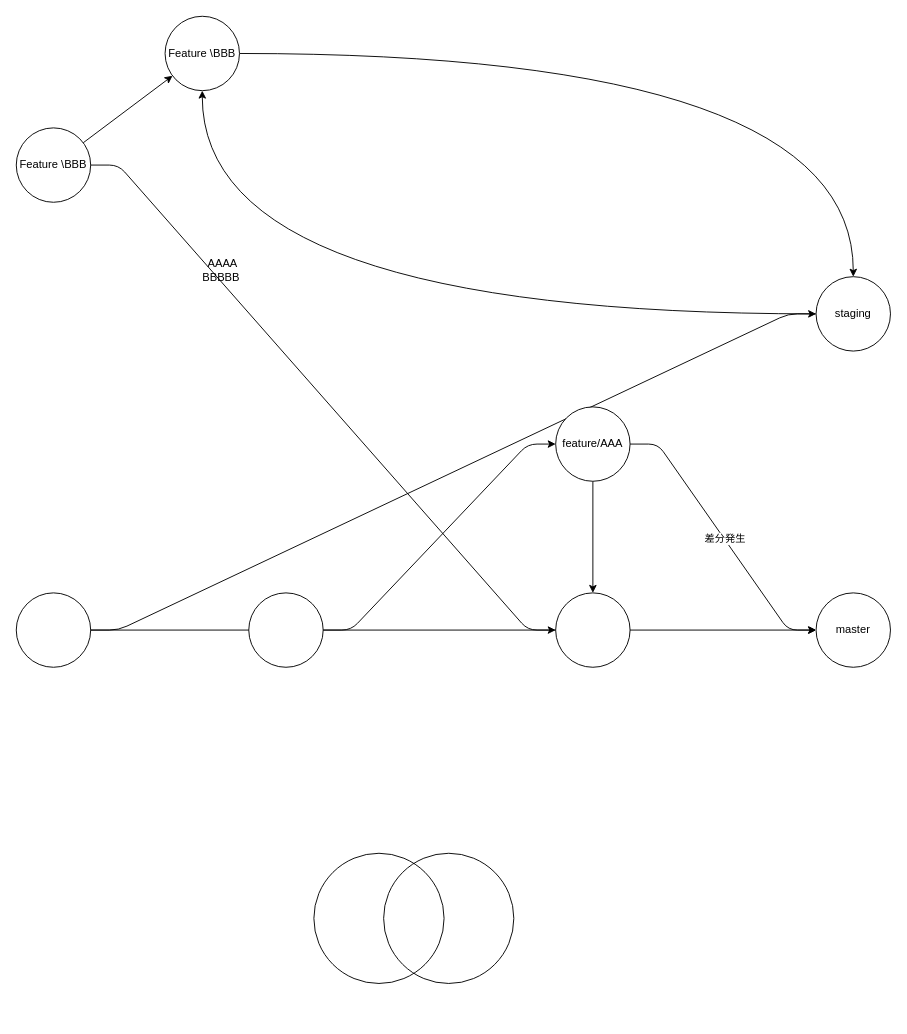
Earlier version of the draw.io diagram 01.運用関連/img/Git運用概要.drawio (takemitsu255/ux-docs). Source tidied: cells renumbered, new cells numbered last; positions are measured from the earlier drawing's top-left corner, leaving out a move shared by most shapes. Both pictures are drawn from the tidied source at 93%, with x=0, y=0 at pixel (16, 16).
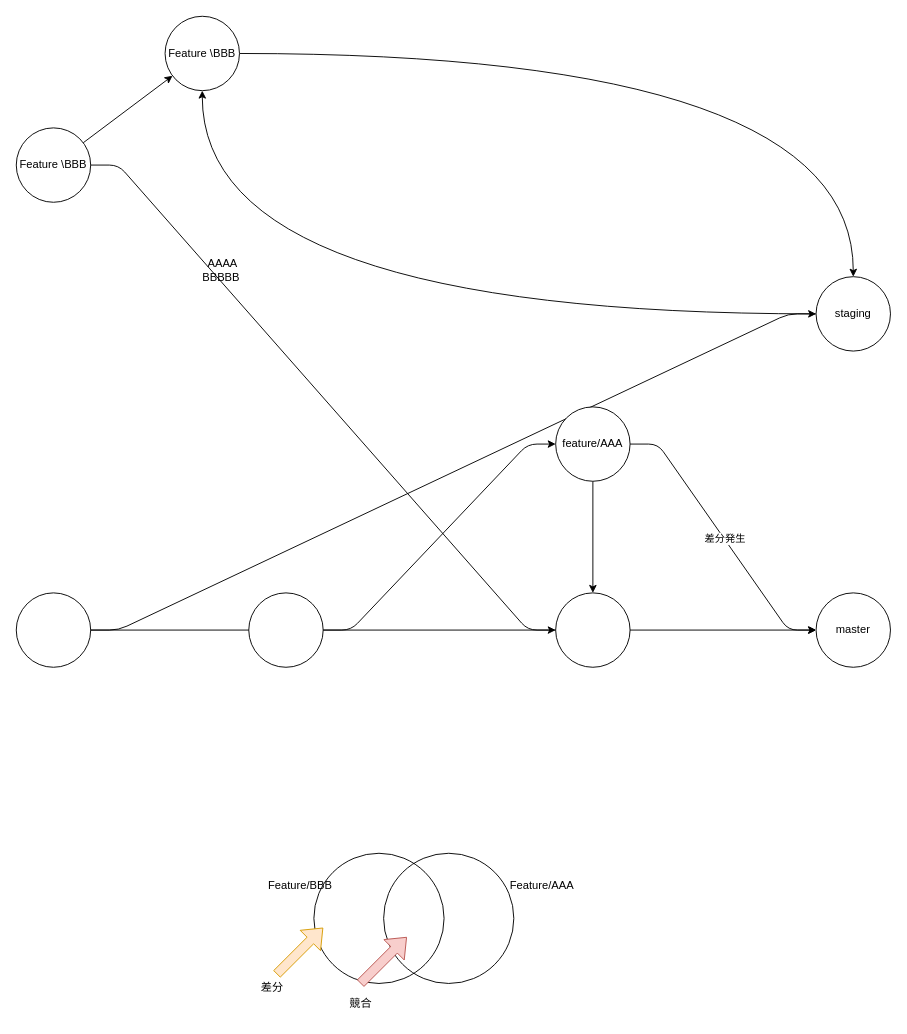
The same page after the edit.

Change to the diagram source:
```diff
@@
+    <mxCell id="23" value="Feature/AAA" style="text;html=1;align=center;verticalAlign=middle;strokeColor=none;fillColor=none;" parent="1" vertex="1">
+      <mxGeometry x="520" y="920" width="90" height="30" as="geometry" />
+    </mxCell>
+    <mxCell id="24" value="Feature/BBB" style="text;html=1;align=center;verticalAlign=middle;strokeColor=none;fillColor=none;" parent="1" vertex="1">
+      <mxGeometry x="260" y="920" width="90" height="30" as="geometry" />
+    </mxCell>
+    <mxCell id="25" style="shape=flexArrow;endArrow=classic;html=1;fillColor=#f8cecc;strokeColor=#b85450;" parent="1" edge="1">
+      <mxGeometry relative="1" as="geometry">
+        <mxPoint x="370" y="1040" as="sourcePoint" />
+        <mxPoint x="420" y="990" as="targetPoint" />
+      </mxGeometry>
+    </mxCell>
+    <mxCell id="26" value="競合" style="text;html=1;align=center;verticalAlign=middle;strokeColor=none;fillColor=none;" parent="1" vertex="1">
+      <mxGeometry x="345" y="1047" width="50" height="30" as="geometry" />
+    </mxCell>
+    <mxCell id="27" style="shape=flexArrow;endArrow=classic;html=1;fillColor=#ffe6cc;strokeColor=#d79b00;" parent="1" edge="1">
+      <mxGeometry relative="1" as="geometry">
+        <mxPoint x="280" y="1030" as="sourcePoint" />
+        <mxPoint x="330" y="980" as="targetPoint" />
+      </mxGeometry>
+    </mxCell>
+    <mxCell id="28" value="差分" style="text;html=1;align=center;verticalAlign=middle;strokeColor=none;fillColor=none;" parent="1" vertex="1">
+      <mxGeometry x="250" y="1030" width="50" height="30" as="geometry" />
+    </mxCell>
```
